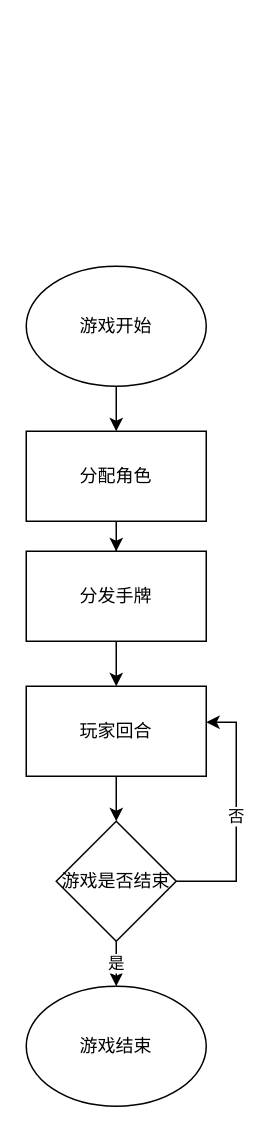
Above: page "游戏主流程" (1 of 2) of docs/herokill.drawio in luiyong/herokill (draw.io), before the change. Source tidied: cells renumbered, new cells numbered last; positions are measured from the earlier drawing's top-left corner, leaving out a move shared by most shapes. Both pictures are drawn from the tidied source at 150%, with x=0, y=0 at pixel (26, 266).
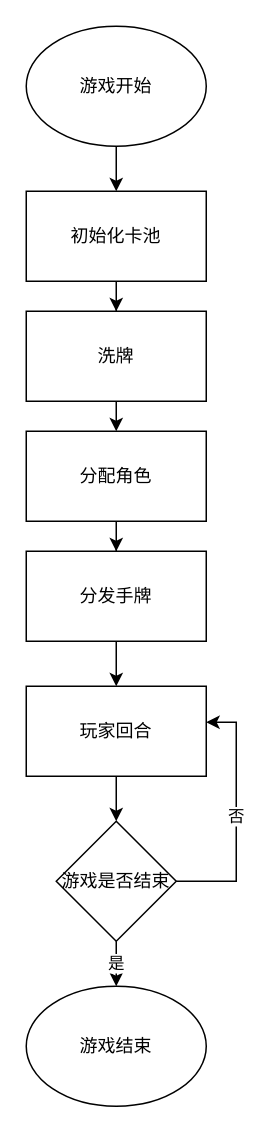
Above is the later version.

Diff of the diagram source:
```diff
@@
 <mxGraphModel>
   <root>
     <mxCell id="0" />
     <mxCell id="1" parent="0" />
-    <mxCell id="2" style="edgeStyle=orthogonalEdgeStyle;rounded=0;jettySize=auto;html=1;" parent="1" edge="1" source="3" target="6">
-      <mxGeometry relative="1" as="geometry" />
-    </mxCell>
+    <mxCell id="14" style="edgeStyle=orthogonalEdgeStyle;rounded=0;jettySize=auto;html=1;" parent="1" edge="1" source="3" target="16">
+      <mxGeometry relative="1" as="geometry" />
+    </mxCell>
     <mxCell id="3" value="游戏开始" style="ellipse;whiteSpace=wrap;html=1;" parent="1" vertex="1">
-      <mxGeometry width="120" height="80" as="geometry" />
+      <mxGeometry y="-160" width="120" height="80" as="geometry" />
     </mxCell>
     <mxCell id="4" value="游戏结束" style="ellipse;whiteSpace=wrap;html=1;" parent="1" vertex="1">
       <mxGeometry y="480" width="120" height="80" as="geometry" />
     </mxCell>
     <mxCell id="5" style="edgeStyle=orthogonalEdgeStyle;rounded=0;jettySize=auto;html=1;" parent="1" edge="1" source="6" target="8">
       <mxGeometry relative="1" as="geometry" />
     </mxCell>
     <mxCell id="6" value="分配角色" style="whiteSpace=wrap;html=1;" parent="1" vertex="1">
       <mxGeometry y="110" width="120" height="60" as="geometry" />
     </mxCell>
     <mxCell id="7" style="edgeStyle=orthogonalEdgeStyle;rounded=0;jettySize=auto;html=1;" parent="1" edge="1" source="8" target="10">
       <mxGeometry relative="1" as="geometry" />
     </mxCell>
     <mxCell id="8" value="分发手牌" style="whiteSpace=wrap;html=1;" parent="1" vertex="1">
       <mxGeometry y="190" width="120" height="60" as="geometry" />
     </mxCell>
     <mxCell id="9" style="edgeStyle=orthogonalEdgeStyle;rounded=0;jettySize=auto;html=1;" parent="1" edge="1" source="10" target="13">
       <mxGeometry relative="1" as="geometry" />
     </mxCell>
     <mxCell id="10" value="玩家回合" style="whiteSpace=wrap;html=1;" parent="1" vertex="1">
       <mxGeometry y="280" width="120" height="60" as="geometry" />
     </mxCell>
     <mxCell id="11" value="是" style="edgeStyle=orthogonalEdgeStyle;rounded=0;jettySize=auto;html=1;" parent="1" edge="1" source="13" target="4">
       <mxGeometry relative="1" as="geometry" />
     </mxCell>
     <mxCell id="12" value="否" style="edgeStyle=orthogonalEdgeStyle;rounded=0;jettySize=auto;html=1;entryX=1;entryY=0.4;entryDx=0;entryDy=0;entryPerimeter=0;" parent="1" edge="1" source="13" target="10">
       <mxGeometry relative="1" as="geometry">
         <Array as="points">
           <mxPoint x="140" y="410" />
           <mxPoint x="140" y="304" />
         </Array>
       </mxGeometry>
     </mxCell>
     <mxCell id="13" value="游戏是否结束" style="rhombus;whiteSpace=wrap;html=1;" parent="1" vertex="1">
       <mxGeometry x="20" y="370" width="80" height="80" as="geometry" />
     </mxCell>
+    <mxCell id="15" style="edgeStyle=orthogonalEdgeStyle;rounded=0;jettySize=auto;html=1;" parent="1" edge="1" source="16" target="18">
+      <mxGeometry relative="1" as="geometry" />
+    </mxCell>
+    <mxCell id="16" value="初始化卡池" style="rounded=0;whiteSpace=wrap;html=1;" parent="1" vertex="1">
+      <mxGeometry y="-50" width="120" height="60" as="geometry" />
+    </mxCell>
+    <mxCell id="17" style="edgeStyle=orthogonalEdgeStyle;rounded=0;jettySize=auto;html=1;exitX=0.5;exitY=1;exitDx=0;exitDy=0;entryX=0.5;entryY=0;entryDx=0;entryDy=0;" parent="1" edge="1" source="18" target="6">
+      <mxGeometry relative="1" as="geometry" />
+    </mxCell>
+    <mxCell id="18" value="洗牌" style="rounded=0;whiteSpace=wrap;html=1;" parent="1" vertex="1">
+      <mxGeometry y="30" width="120" height="60" as="geometry" />
+    </mxCell>
   </root>
 </mxGraphModel>
```
